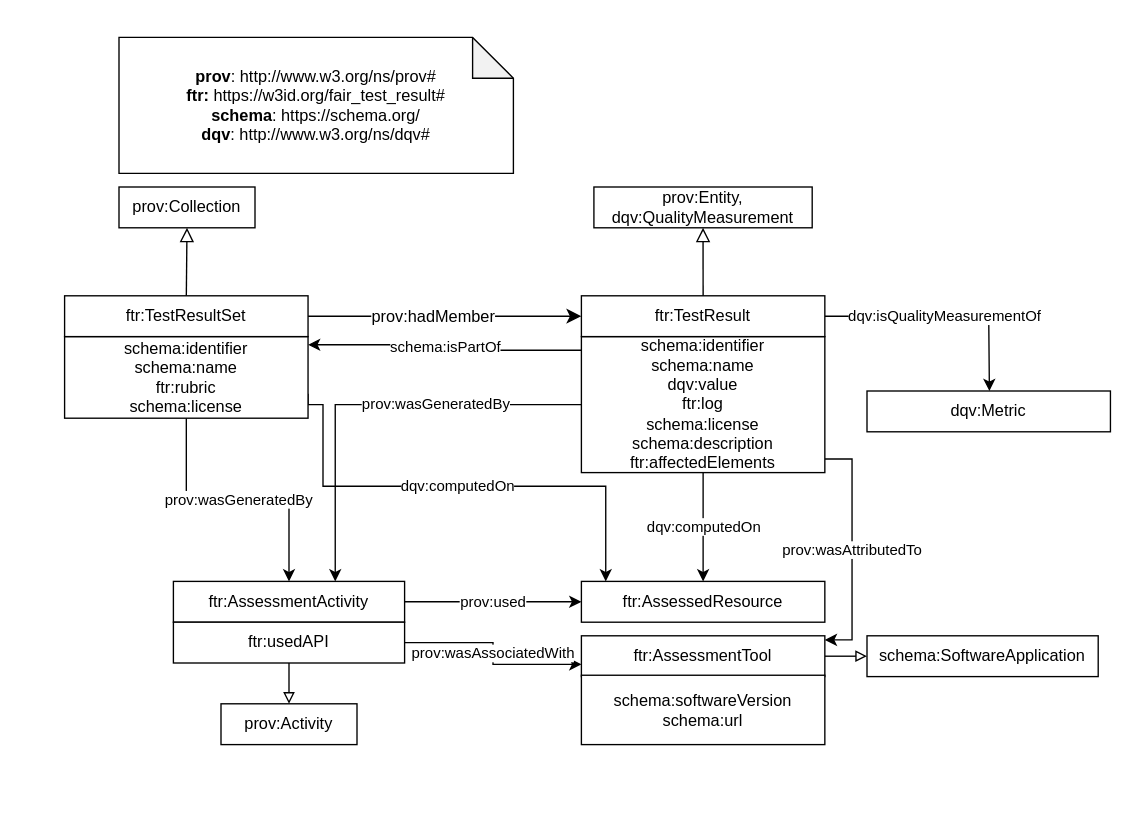
The draw.io diagram development/img/FAIRTestResult_diagram.drawio in OSTrails/FAIR_assessment_output_specification, before the edit. Source tidied: cells renumbered, new cells numbered last; positions are measured from the earlier drawing's top-left corner, leaving out a move shared by most shapes. Both pictures are drawn from the tidied source at 136%, with x=0, y=0 at pixel (64, 37).
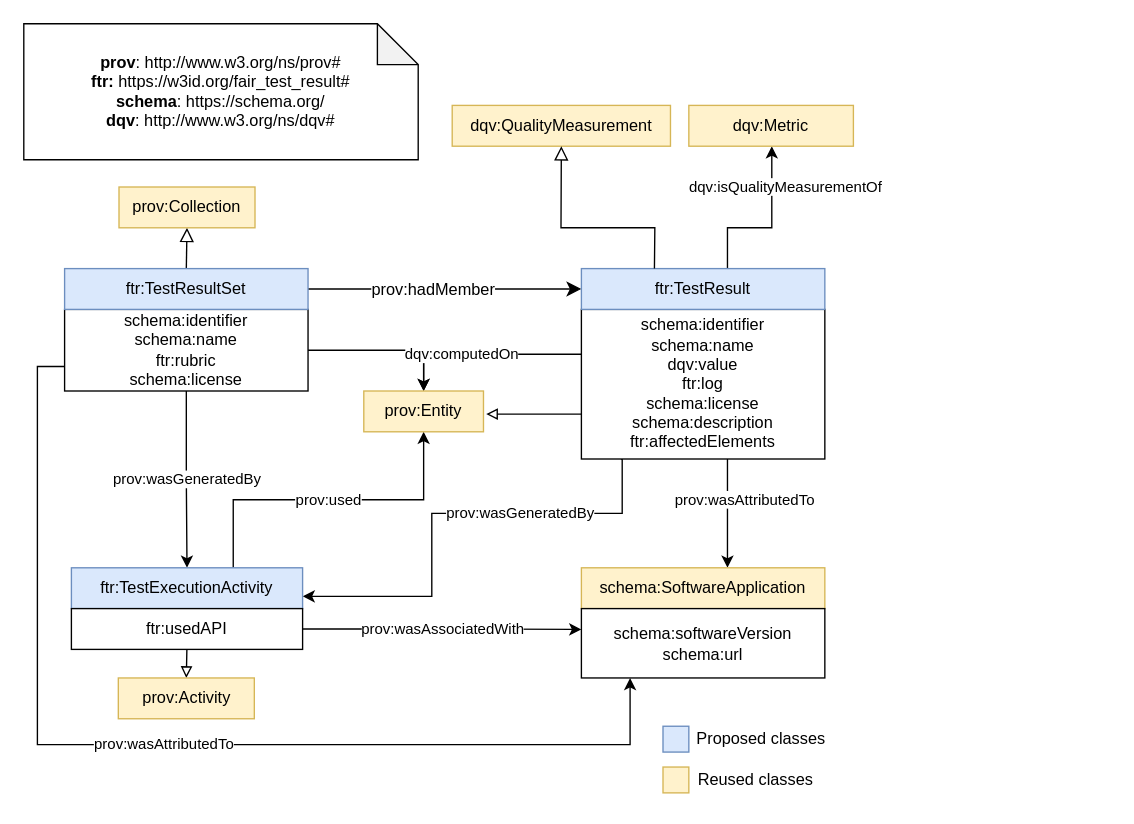
The same page after the edit.

Diff of the diagram source:
```diff
@@
-    <mxCell id="3" value="prov:Collection" style="rounded=0;whiteSpace=wrap;html=1;snapToPoint=1;points=[[0.1,0],[0.2,0],[0.3,0],[0.4,0],[0.5,0],[0.6,0],[0.7,0],[0.8,0],[0.9,0],[0,0.1],[0,0.3],[0,0.5],[0,0.7],[0,0.9],[0.1,1],[0.2,1],[0.3,1],[0.4,1],[0.5,1],[0.6,1],[0.7,1],[0.8,1],[0.9,1],[1,0.1],[1,0.3],[1,0.5],[1,0.7],[1,0.9]];" parent="1" vertex="1">
+    <mxCell id="3" value="prov:Collection" style="rounded=0;whiteSpace=wrap;html=1;snapToPoint=1;points=[[0.1,0],[0.2,0],[0.3,0],[0.4,0],[0.5,0],[0.6,0],[0.7,0],[0.8,0],[0.9,0],[0,0.1],[0,0.3],[0,0.5],[0,0.7],[0,0.9],[0.1,1],[0.2,1],[0.3,1],[0.4,1],[0.5,1],[0.6,1],[0.7,1],[0.8,1],[0.9,1],[1,0.1],[1,0.3],[1,0.5],[1,0.7],[1,0.9]];fillColor=#fff2cc;strokeColor=#d6b656;" parent="1" vertex="1">
       <mxGeometry x="40" y="110" width="100" height="30" as="geometry" />
     </mxCell>
@@
     <mxCell id="6" value="&lt;div&gt;&lt;b&gt;prov&lt;/b&gt;: http://www.w3.org/ns/prov#&lt;/div&gt;&lt;div&gt;&lt;b&gt;ftr:&lt;/b&gt; https://w3id.org/fair_test_result#&lt;br&gt;&lt;b&gt;schema&lt;/b&gt;: https://schema.org/&lt;/div&gt;&lt;div&gt;&lt;b&gt;dqv&lt;/b&gt;: http://www.w3.org/ns/dqv#&lt;/div&gt;" style="shape=note;whiteSpace=wrap;html=1;backgroundOutline=1;darkOpacity=0.05;" parent="1" vertex="1">
-      <mxGeometry x="40" width="290" height="100" as="geometry" />
+      <mxGeometry x="-30" y="-10" width="290" height="100" as="geometry" />
     </mxCell>
@@
-    <mxCell id="8" value="dqv:computedOn" style="edgeStyle=orthogonalEdgeStyle;rounded=0;jettySize=auto;html=1;exitX=1;exitY=0.7;exitDx=0;exitDy=0;entryX=0.1;entryY=0;entryDx=0;entryDy=0;" parent="1" edge="1" source="9" target="24">
-      <mxGeometry relative="1" as="geometry">
-        <Array as="points">
-          <mxPoint x="179" y="270" />
-          <mxPoint x="190" y="270" />
-          <mxPoint x="190" y="330" />
-          <mxPoint x="398" y="330" />
-        </Array>
-      </mxGeometry>
+    <mxCell id="8" style="edgeStyle=orthogonalEdgeStyle;rounded=0;jettySize=auto;html=1;exitX=1;exitY=0.5;exitDx=0;exitDy=0;entryX=0.5;entryY=0;entryDx=0;entryDy=0;" parent="1" edge="1" source="9" target="24">
+      <mxGeometry relative="1" as="geometry" />
     </mxCell>
+    <mxCell id="32" value="prov:wasAttributedTo" style="edgeStyle=orthogonalEdgeStyle;rounded=0;jettySize=auto;html=1;exitX=0;exitY=0.7;exitDx=0;exitDy=0;entryX=0.2;entryY=1;entryDx=0;entryDy=0;" parent="1" edge="1" source="9" target="30">
+      <mxGeometry relative="1" as="geometry">
+        <Array as="points">
+          <mxPoint x="-20" y="242" />
+          <mxPoint x="-20" y="520" />
+          <mxPoint x="416" y="520" />
+        </Array>
+      </mxGeometry>
+    </mxCell>
     <mxCell id="9" value="schema:identifier&lt;br&gt;schema:name&lt;br&gt;ftr:rubric&lt;br&gt;schema:license" style="rounded=0;whiteSpace=wrap;html=1;snapToPoint=1;points=[[0.1,0],[0.2,0],[0.3,0],[0.4,0],[0.5,0],[0.6,0],[0.7,0],[0.8,0],[0.9,0],[0,0.1],[0,0.3],[0,0.5],[0,0.7],[0,0.9],[0.1,1],[0.2,1],[0.3,1],[0.4,1],[0.5,1],[0.6,1],[0.7,1],[0.8,1],[0.9,1],[1,0.1],[1,0.3],[1,0.5],[1,0.7],[1,0.9]];" parent="1" vertex="1">
-      <mxGeometry y="220" width="179" height="60" as="geometry" />
+      <mxGeometry y="200" width="179" height="60" as="geometry" />
     </mxCell>
-    <mxCell id="10" value="ftr:TestResultSet" style="rounded=0;whiteSpace=wrap;html=1;snapToPoint=1;points=[[0.1,0],[0.2,0],[0.3,0],[0.4,0],[0.5,0],[0.6,0],[0.7,0],[0.8,0],[0.9,0],[0,0.1],[0,0.3],[0,0.5],[0,0.7],[0,0.9],[0.1,1],[0.2,1],[0.3,1],[0.4,1],[0.5,1],[0.6,1],[0.7,1],[0.8,1],[0.9,1],[1,0.1],[1,0.3],[1,0.5],[1,0.7],[1,0.9]];" parent="1" vertex="1">
-      <mxGeometry y="190" width="179" height="30" as="geometry" />
+    <mxCell id="10" value="ftr:TestResultSet" style="rounded=0;whiteSpace=wrap;html=1;snapToPoint=1;points=[[0.1,0],[0.2,0],[0.3,0],[0.4,0],[0.5,0],[0.6,0],[0.7,0],[0.8,0],[0.9,0],[0,0.1],[0,0.3],[0,0.5],[0,0.7],[0,0.9],[0.1,1],[0.2,1],[0.3,1],[0.4,1],[0.5,1],[0.6,1],[0.7,1],[0.8,1],[0.9,1],[1,0.1],[1,0.3],[1,0.5],[1,0.7],[1,0.9]];fillColor=#dae8fc;strokeColor=#6c8ebf;" parent="1" vertex="1">
+      <mxGeometry y="170" width="179" height="30" as="geometry" />
     </mxCell>
-    <mxCell id="11" value="prov:wasGeneratedBy" style="edgeStyle=orthogonalEdgeStyle;rounded=0;jettySize=auto;html=1;exitX=0;exitY=0.5;exitDx=0;exitDy=0;entryX=0.7;entryY=0;entryDx=0;entryDy=0;" parent="1" edge="1" source="15" target="23">
-      <mxGeometry x="-0.31" relative="1" as="geometry" />
+    <mxCell id="11" value="prov:wasGeneratedBy" style="edgeStyle=orthogonalEdgeStyle;rounded=0;jettySize=auto;html=1;exitX=0.162;exitY=1;exitDx=0;exitDy=0;entryX=1;entryY=0.7;entryDx=0;entryDy=0;exitPerimeter=0;" parent="1" edge="1" source="15" target="23">
+      <mxGeometry x="-0.31" relative="1" as="geometry">
+        <Array as="points">
+          <mxPoint x="410" y="310" />
+          <mxPoint x="410" y="350" />
+          <mxPoint x="270" y="350" />
+          <mxPoint x="270" y="411" />
+        </Array>
+      </mxGeometry>
     </mxCell>
-    <mxCell id="12" value="dqv:computedOn" style="edgeStyle=orthogonalEdgeStyle;rounded=0;jettySize=auto;html=1;exitX=0.5;exitY=1;exitDx=0;exitDy=0;entryX=0.5;entryY=0;entryDx=0;entryDy=0;" parent="1" edge="1" source="15" target="24">
-      <mxGeometry relative="1" as="geometry" />
+    <mxCell id="12" value="dqv:computedOn" style="edgeStyle=orthogonalEdgeStyle;rounded=0;jettySize=auto;html=1;exitX=0;exitY=0.3;exitDx=0;exitDy=0;entryX=0.5;entryY=0;entryDx=0;entryDy=0;" parent="1" edge="1" source="15" target="24">
+      <mxGeometry x="0.23" relative="1" as="geometry" />
     </mxCell>
-    <mxCell id="13" value="schema:isPartOf" style="edgeStyle=orthogonalEdgeStyle;rounded=0;jettySize=auto;html=1;exitX=0;exitY=0.1;exitDx=0;exitDy=0;entryX=1;entryY=0.1;entryDx=0;entryDy=0;" parent="1" edge="1" source="15" target="9">
-      <mxGeometry relative="1" as="geometry" />
-    </mxCell>
-    <mxCell id="14" value="prov:wasAttributedTo" style="edgeStyle=orthogonalEdgeStyle;rounded=0;jettySize=auto;html=1;exitX=1;exitY=0.9;exitDx=0;exitDy=0;entryX=1;entryY=0.1;entryDx=0;entryDy=0;" parent="1" edge="1" source="15" target="29">
-      <mxGeometry relative="1" as="geometry" />
+    <mxCell id="14" value="prov:wasAttributedTo" style="edgeStyle=orthogonalEdgeStyle;rounded=0;jettySize=auto;html=1;exitX=0.6;exitY=1;exitDx=0;exitDy=0;entryX=0.6;entryY=0;entryDx=0;entryDy=0;" parent="1" edge="1" source="15" target="29">
+      <mxGeometry x="-0.25" y="13" relative="1" as="geometry" />
     </mxCell>
+    <mxCell id="33" style="edgeStyle=orthogonalEdgeStyle;rounded=0;jettySize=auto;html=1;exitX=0;exitY=0.7;exitDx=0;exitDy=0;endArrow=block;endFill=0;" parent="1" edge="1" source="15">
+      <mxGeometry relative="1" as="geometry">
+        <mxPoint x="310" y="277" as="targetPoint" />
+      </mxGeometry>
+    </mxCell>
     <mxCell id="15" value="schema:identifier&lt;br&gt;schema:name&lt;br&gt;dqv:value&lt;br&gt;ftr:log&lt;br&gt;schema:license&lt;br&gt;schema:description&lt;br&gt;ftr:affectedElements" style="rounded=0;whiteSpace=wrap;html=1;snapToPoint=1;points=[[0.1,0],[0.2,0],[0.3,0],[0.4,0],[0.5,0],[0.6,0],[0.7,0],[0.8,0],[0.9,0],[0,0.1],[0,0.3],[0,0.5],[0,0.7],[0,0.9],[0.1,1],[0.2,1],[0.3,1],[0.4,1],[0.5,1],[0.6,1],[0.7,1],[0.8,1],[0.9,1],[1,0.1],[1,0.3],[1,0.5],[1,0.7],[1,0.9]];" parent="1" vertex="1">
-      <mxGeometry x="380" y="220" width="179" height="100" as="geometry" />
+      <mxGeometry x="380" y="200" width="179" height="110" as="geometry" />
     </mxCell>
-    <mxCell id="16" value="dqv:isQualityMeasurementOf" style="edgeStyle=orthogonalEdgeStyle;rounded=0;jettySize=auto;html=1;exitX=1;exitY=0.5;exitDx=0;exitDy=0;" parent="1" edge="1" source="17" target="20">
-      <mxGeometry relative="1" as="geometry" />
+    <mxCell id="16" value="dqv:isQualityMeasurementOf" style="edgeStyle=orthogonalEdgeStyle;rounded=0;jettySize=auto;html=1;exitX=0.6;exitY=0;exitDx=0;exitDy=0;" parent="1" edge="1" source="17" target="20">
+      <mxGeometry x="0.51" y="-10" relative="1" as="geometry">
+        <Array as="points">
+          <mxPoint x="487" y="140" />
+          <mxPoint x="520" y="140" />
+        </Array>
+      </mxGeometry>
     </mxCell>
-    <mxCell id="17" value="ftr:TestResult" style="rounded=0;whiteSpace=wrap;html=1;snapToPoint=1;points=[[0.1,0],[0.2,0],[0.3,0],[0.4,0],[0.5,0],[0.6,0],[0.7,0],[0.8,0],[0.9,0],[0,0.1],[0,0.3],[0,0.5],[0,0.7],[0,0.9],[0.1,1],[0.2,1],[0.3,1],[0.4,1],[0.5,1],[0.6,1],[0.7,1],[0.8,1],[0.9,1],[1,0.1],[1,0.3],[1,0.5],[1,0.7],[1,0.9]];" parent="1" vertex="1">
-      <mxGeometry x="380" y="190" width="179" height="30" as="geometry" />
+    <mxCell id="17" value="ftr:TestResult" style="rounded=0;whiteSpace=wrap;html=1;snapToPoint=1;points=[[0.1,0],[0.2,0],[0.3,0],[0.4,0],[0.5,0],[0.6,0],[0.7,0],[0.8,0],[0.9,0],[0,0.1],[0,0.3],[0,0.5],[0,0.7],[0,0.9],[0.1,1],[0.2,1],[0.3,1],[0.4,1],[0.5,1],[0.6,1],[0.7,1],[0.8,1],[0.9,1],[1,0.1],[1,0.3],[1,0.5],[1,0.7],[1,0.9]];fillColor=#dae8fc;strokeColor=#6c8ebf;" parent="1" vertex="1">
+      <mxGeometry x="380" y="170" width="179" height="30" as="geometry" />
     </mxCell>
-    <mxCell id="18" value="prov:Entity, &lt;br&gt;dqv:QualityMeasurement" style="rounded=0;whiteSpace=wrap;html=1;snapToPoint=1;points=[[0.1,0],[0.2,0],[0.3,0],[0.4,0],[0.5,0],[0.6,0],[0.7,0],[0.8,0],[0.9,0],[0,0.1],[0,0.3],[0,0.5],[0,0.7],[0,0.9],[0.1,1],[0.2,1],[0.3,1],[0.4,1],[0.5,1],[0.6,1],[0.7,1],[0.8,1],[0.9,1],[1,0.1],[1,0.3],[1,0.5],[1,0.7],[1,0.9]];" parent="1" vertex="1">
-      <mxGeometry x="389.2" y="110" width="160.5" height="30" as="geometry" />
+    <mxCell id="18" value="dqv:QualityMeasurement" style="rounded=0;whiteSpace=wrap;html=1;snapToPoint=1;points=[[0.1,0],[0.2,0],[0.3,0],[0.4,0],[0.5,0],[0.6,0],[0.7,0],[0.8,0],[0.9,0],[0,0.1],[0,0.3],[0,0.5],[0,0.7],[0,0.9],[0.1,1],[0.2,1],[0.3,1],[0.4,1],[0.5,1],[0.6,1],[0.7,1],[0.8,1],[0.9,1],[1,0.1],[1,0.3],[1,0.5],[1,0.7],[1,0.9]];fillColor=#fff2cc;strokeColor=#d6b656;" parent="1" vertex="1">
+      <mxGeometry x="285" y="50" width="160.5" height="30" as="geometry" />
     </mxCell>
-    <mxCell id="19" style="endArrow=block;html=1;fontColor=#000099;exitX=0.5;exitY=0;exitDx=0;exitDy=0;endFill=0;entryX=0.5;entryY=1;entryDx=0;entryDy=0;endSize=8;arcSize=0;rounded=0;" parent="1" edge="1" source="17" target="18">
-      <mxGeometry relative="1" as="geometry" />
+    <mxCell id="19" style="endArrow=block;html=1;fontColor=#000099;exitX=0.3;exitY=0;exitDx=0;exitDy=0;endFill=0;entryX=0.5;entryY=1;entryDx=0;entryDy=0;endSize=8;arcSize=0;rounded=0;" parent="1" edge="1" source="17" target="18">
+      <mxGeometry relative="1" as="geometry">
+        <Array as="points">
+          <mxPoint x="434" y="140" />
+          <mxPoint x="365" y="140" />
+        </Array>
+      </mxGeometry>
     </mxCell>
-    <mxCell id="20" value="dqv:Metric" style="rounded=0;whiteSpace=wrap;html=1;snapToPoint=1;points=[[0.1,0],[0.2,0],[0.3,0],[0.4,0],[0.5,0],[0.6,0],[0.7,0],[0.8,0],[0.9,0],[0,0.1],[0,0.3],[0,0.5],[0,0.7],[0,0.9],[0.1,1],[0.2,1],[0.3,1],[0.4,1],[0.5,1],[0.6,1],[0.7,1],[0.8,1],[0.9,1],[1,0.1],[1,0.3],[1,0.5],[1,0.7],[1,0.9]];" parent="1" vertex="1">
-      <mxGeometry x="590" y="260" width="179" height="30" as="geometry" />
+    <mxCell id="20" value="dqv:Metric" style="rounded=0;whiteSpace=wrap;html=1;snapToPoint=1;points=[[0.1,0],[0.2,0],[0.3,0],[0.4,0],[0.5,0],[0.6,0],[0.7,0],[0.8,0],[0.9,0],[0,0.1],[0,0.3],[0,0.5],[0,0.7],[0,0.9],[0.1,1],[0.2,1],[0.3,1],[0.4,1],[0.5,1],[0.6,1],[0.7,1],[0.8,1],[0.9,1],[1,0.1],[1,0.3],[1,0.5],[1,0.7],[1,0.9]];fillColor=#fff2cc;strokeColor=#d6b656;" parent="1" vertex="1">
+      <mxGeometry x="459" y="50" width="121" height="30" as="geometry" />
     </mxCell>
-    <mxCell id="21" value="prov:used" style="edgeStyle=orthogonalEdgeStyle;rounded=0;jettySize=auto;html=1;exitX=1;exitY=0.5;exitDx=0;exitDy=0;" parent="1" edge="1" source="23" target="24">
+    <mxCell id="21" value="prov:used" style="edgeStyle=orthogonalEdgeStyle;rounded=0;jettySize=auto;html=1;exitX=0.7;exitY=0;exitDx=0;exitDy=0;" parent="1" edge="1" source="23" target="24">
       <mxGeometry relative="1" as="geometry" />
     </mxCell>
@@
-    <mxCell id="23" value="ftr:AssessmentActivity" style="rounded=0;whiteSpace=wrap;html=1;snapToPoint=1;points=[[0.1,0],[0.2,0],[0.3,0],[0.4,0],[0.5,0],[0.6,0],[0.7,0],[0.8,0],[0.9,0],[0,0.1],[0,0.3],[0,0.5],[0,0.7],[0,0.9],[0.1,1],[0.2,1],[0.3,1],[0.4,1],[0.5,1],[0.6,1],[0.7,1],[0.8,1],[0.9,1],[1,0.1],[1,0.3],[1,0.5],[1,0.7],[1,0.9]];" parent="1" vertex="1">
-      <mxGeometry x="80" y="400" width="170" height="30" as="geometry" />
+    <mxCell id="23" value="ftr:TestExecutionActivity" style="rounded=0;whiteSpace=wrap;html=1;snapToPoint=1;points=[[0.1,0],[0.2,0],[0.3,0],[0.4,0],[0.5,0],[0.6,0],[0.7,0],[0.8,0],[0.9,0],[0,0.1],[0,0.3],[0,0.5],[0,0.7],[0,0.9],[0.1,1],[0.2,1],[0.3,1],[0.4,1],[0.5,1],[0.6,1],[0.7,1],[0.8,1],[0.9,1],[1,0.1],[1,0.3],[1,0.5],[1,0.7],[1,0.9]];fillColor=#dae8fc;strokeColor=#6c8ebf;" parent="1" vertex="1">
+      <mxGeometry x="5" y="390" width="170" height="30" as="geometry" />
     </mxCell>
-    <mxCell id="24" value="ftr:AssessedResource" style="rounded=0;whiteSpace=wrap;html=1;snapToPoint=1;points=[[0.1,0],[0.2,0],[0.3,0],[0.4,0],[0.5,0],[0.6,0],[0.7,0],[0.8,0],[0.9,0],[0,0.1],[0,0.3],[0,0.5],[0,0.7],[0,0.9],[0.1,1],[0.2,1],[0.3,1],[0.4,1],[0.5,1],[0.6,1],[0.7,1],[0.8,1],[0.9,1],[1,0.1],[1,0.3],[1,0.5],[1,0.7],[1,0.9]];" parent="1" vertex="1">
-      <mxGeometry x="380" y="400" width="179" height="30" as="geometry" />
+    <mxCell id="24" value="prov:Entity" style="rounded=0;whiteSpace=wrap;html=1;snapToPoint=1;points=[[0.1,0],[0.2,0],[0.3,0],[0.4,0],[0.5,0],[0.6,0],[0.7,0],[0.8,0],[0.9,0],[0,0.1],[0,0.3],[0,0.5],[0,0.7],[0,0.9],[0.1,1],[0.2,1],[0.3,1],[0.4,1],[0.5,1],[0.6,1],[0.7,1],[0.8,1],[0.9,1],[1,0.1],[1,0.3],[1,0.5],[1,0.7],[1,0.9]];fillColor=#fff2cc;strokeColor=#d6b656;" parent="1" vertex="1">
+      <mxGeometry x="220" y="260" width="88" height="30" as="geometry" />
     </mxCell>
-    <mxCell id="25" value="prov:Activity" style="rounded=0;whiteSpace=wrap;html=1;snapToPoint=1;points=[[0.1,0],[0.2,0],[0.3,0],[0.4,0],[0.5,0],[0.6,0],[0.7,0],[0.8,0],[0.9,0],[0,0.1],[0,0.3],[0,0.5],[0,0.7],[0,0.9],[0.1,1],[0.2,1],[0.3,1],[0.4,1],[0.5,1],[0.6,1],[0.7,1],[0.8,1],[0.9,1],[1,0.1],[1,0.3],[1,0.5],[1,0.7],[1,0.9]];" parent="1" vertex="1">
-      <mxGeometry x="115" y="490" width="100" height="30" as="geometry" />
+    <mxCell id="25" value="prov:Activity" style="rounded=0;whiteSpace=wrap;html=1;snapToPoint=1;points=[[0.1,0],[0.2,0],[0.3,0],[0.4,0],[0.5,0],[0.6,0],[0.7,0],[0.8,0],[0.9,0],[0,0.1],[0,0.3],[0,0.5],[0,0.7],[0,0.9],[0.1,1],[0.2,1],[0.3,1],[0.4,1],[0.5,1],[0.6,1],[0.7,1],[0.8,1],[0.9,1],[1,0.1],[1,0.3],[1,0.5],[1,0.7],[1,0.9]];fillColor=#fff2cc;strokeColor=#d6b656;" parent="1" vertex="1">
+      <mxGeometry x="39.5" y="471" width="100" height="30" as="geometry" />
     </mxCell>
-    <mxCell id="26" value="prov:wasAssociatedWith" style="edgeStyle=orthogonalEdgeStyle;rounded=0;jettySize=auto;html=1;exitX=1;exitY=0.5;exitDx=0;exitDy=0;entryX=0;entryY=0.7;entryDx=0;entryDy=0;" parent="1" edge="1" source="27" target="29">
+    <mxCell id="26" value="prov:wasAssociatedWith" style="edgeStyle=orthogonalEdgeStyle;rounded=0;jettySize=auto;html=1;exitX=1;exitY=0.5;exitDx=0;exitDy=0;entryX=0;entryY=0.3;entryDx=0;entryDy=0;" parent="1" edge="1" source="27" target="30">
       <mxGeometry relative="1" as="geometry" />
     </mxCell>
     <mxCell id="27" value="ftr:usedAPI" style="rounded=0;whiteSpace=wrap;html=1;snapToPoint=1;points=[[0.1,0],[0.2,0],[0.3,0],[0.4,0],[0.5,0],[0.6,0],[0.7,0],[0.8,0],[0.9,0],[0,0.1],[0,0.3],[0,0.5],[0,0.7],[0,0.9],[0.1,1],[0.2,1],[0.3,1],[0.4,1],[0.5,1],[0.6,1],[0.7,1],[0.8,1],[0.9,1],[1,0.1],[1,0.3],[1,0.5],[1,0.7],[1,0.9]];" parent="1" vertex="1">
-      <mxGeometry x="80" y="430" width="170" height="30" as="geometry" />
+      <mxGeometry x="5" y="420" width="170" height="30" as="geometry" />
     </mxCell>
-    <mxCell id="28" style="edgeStyle=orthogonalEdgeStyle;rounded=0;jettySize=auto;html=1;exitX=1;exitY=0.5;exitDx=0;exitDy=0;entryX=0;entryY=0.5;entryDx=0;entryDy=0;endArrow=block;endFill=0;" parent="1" edge="1" source="29" target="31">
-      <mxGeometry relative="1" as="geometry" />
-    </mxCell>
-    <mxCell id="29" value="ftr:AssessmentTool" style="rounded=0;whiteSpace=wrap;html=1;snapToPoint=1;points=[[0.1,0],[0.2,0],[0.3,0],[0.4,0],[0.5,0],[0.6,0],[0.7,0],[0.8,0],[0.9,0],[0,0.1],[0,0.3],[0,0.5],[0,0.7],[0,0.9],[0.1,1],[0.2,1],[0.3,1],[0.4,1],[0.5,1],[0.6,1],[0.7,1],[0.8,1],[0.9,1],[1,0.1],[1,0.3],[1,0.5],[1,0.7],[1,0.9]];" parent="1" vertex="1">
-      <mxGeometry x="380" y="440" width="179" height="30" as="geometry" />
+    <mxCell id="29" value="schema:SoftwareApplication" style="rounded=0;whiteSpace=wrap;html=1;snapToPoint=1;points=[[0.1,0],[0.2,0],[0.3,0],[0.4,0],[0.5,0],[0.6,0],[0.7,0],[0.8,0],[0.9,0],[0,0.1],[0,0.3],[0,0.5],[0,0.7],[0,0.9],[0.1,1],[0.2,1],[0.3,1],[0.4,1],[0.5,1],[0.6,1],[0.7,1],[0.8,1],[0.9,1],[1,0.1],[1,0.3],[1,0.5],[1,0.7],[1,0.9]];fillColor=#fff2cc;strokeColor=#d6b656;" parent="1" vertex="1">
+      <mxGeometry x="380" y="390" width="179" height="30" as="geometry" />
     </mxCell>
     <mxCell id="30" value="schema:softwareVersion&lt;br&gt;schema:url" style="rounded=0;whiteSpace=wrap;html=1;snapToPoint=1;points=[[0.1,0],[0.2,0],[0.3,0],[0.4,0],[0.5,0],[0.6,0],[0.7,0],[0.8,0],[0.9,0],[0,0.1],[0,0.3],[0,0.5],[0,0.7],[0,0.9],[0.1,1],[0.2,1],[0.3,1],[0.4,1],[0.5,1],[0.6,1],[0.7,1],[0.8,1],[0.9,1],[1,0.1],[1,0.3],[1,0.5],[1,0.7],[1,0.9]];" parent="1" vertex="1">
-      <mxGeometry x="380" y="469" width="179" height="51" as="geometry" />
+      <mxGeometry x="380" y="420" width="179" height="51" as="geometry" />
     </mxCell>
-    <mxCell id="31" value="schema:SoftwareApplication" style="rounded=0;whiteSpace=wrap;html=1;snapToPoint=1;points=[[0.1,0],[0.2,0],[0.3,0],[0.4,0],[0.5,0],[0.6,0],[0.7,0],[0.8,0],[0.9,0],[0,0.1],[0,0.3],[0,0.5],[0,0.7],[0,0.9],[0.1,1],[0.2,1],[0.3,1],[0.4,1],[0.5,1],[0.6,1],[0.7,1],[0.8,1],[0.9,1],[1,0.1],[1,0.3],[1,0.5],[1,0.7],[1,0.9]];" parent="1" vertex="1">
-      <mxGeometry x="590" y="440" width="170" height="30" as="geometry" />
-    </mxCell>
+    <mxCell id="34" style="whiteSpace=wrap;html=1;fillColor=#dae8fc;strokeColor=#6c8ebf;" parent="1" vertex="1">
+      <mxGeometry x="440" y="506.5" width="19" height="19" as="geometry" />
+    </mxCell>
+    <mxCell id="35" style="whiteSpace=wrap;html=1;fillColor=#fff2cc;strokeColor=#d6b656;" parent="1" vertex="1">
+      <mxGeometry x="440" y="536.5" width="19" height="19" as="geometry" />
+    </mxCell>
+    <mxCell id="36" value="Proposed classes" style="text;html=1;align=left;verticalAlign=middle;whiteSpace=wrap;rounded=0;" parent="1" vertex="1">
+      <mxGeometry x="463" y="501" width="121" height="30" as="geometry" />
+    </mxCell>
+    <mxCell id="37" value="Reused classes" style="text;html=1;align=left;verticalAlign=middle;whiteSpace=wrap;rounded=0;" parent="1" vertex="1">
+      <mxGeometry x="464" y="531" width="121" height="30" as="geometry" />
+    </mxCell>
```
